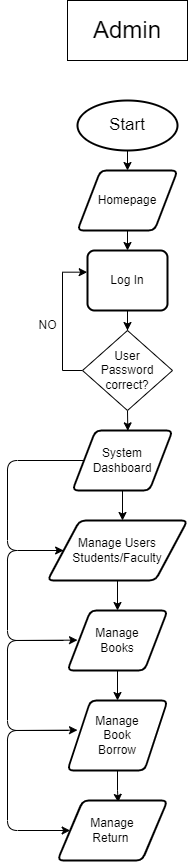
Above: Untitled Diagram.drawio.png in Jayrou12345/Flowchart (draw.io), before the change. Source tidied: cells renumbered, new cells last; positions are measured from the earlier drawing's top-left corner, leaving out a move shared by most shapes.
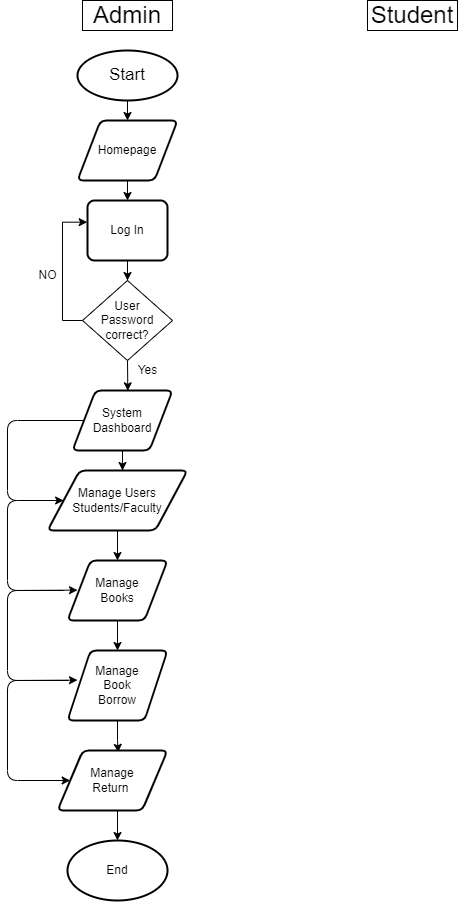
Above is the later version.

What changed in the source:
```diff
@@ -31,7 +31,7 @@
       <mxGeometry x="70" y="100" width="100" height="50" as="geometry" />
     </mxCell>
     <mxCell id="8" value="&lt;font style=&quot;font-size: 24px;&quot;&gt;Admin&lt;/font&gt;" style="rounded=0;whiteSpace=wrap;html=1;" parent="1" vertex="1">
-      <mxGeometry x="60" width="120" height="60" as="geometry" />
+      <mxGeometry x="75" y="50" width="90" height="30" as="geometry" />
     </mxCell>
     <mxCell id="9" style="endArrow=classic;html=1;rounded=0;" parent="1" edge="1" target="10">
       <mxGeometry relative="1" as="geometry">
@@ -67,7 +67,7 @@
     <mxCell id="18" style="rounded=1;jettySize=auto;html=1;exitX=0;exitY=0.5;exitDx=0;exitDy=0;" parent="1" edge="1" source="20" target="22">
       <mxGeometry relative="1" as="geometry">
         <Array as="points">
-          <mxPoint y="460" />
+          <mxPoint y="470" />
           <mxPoint y="550" />
         </Array>
       </mxGeometry>
@@ -78,7 +78,7 @@
       </mxGeometry>
     </mxCell>
     <mxCell id="20" value="System&lt;br&gt;Dashboard" style="shape=parallelogram;html=1;strokeWidth=2;perimeter=parallelogramPerimeter;whiteSpace=wrap;rounded=1;arcSize=12;size=0.23;" parent="1" vertex="1">
-      <mxGeometry x="65" y="430" width="100" height="60" as="geometry" />
+      <mxGeometry x="65" y="440" width="100" height="60" as="geometry" />
     </mxCell>
     <mxCell id="21" style="edgeStyle=orthogonalEdgeStyle;rounded=0;jettySize=auto;html=1;exitX=0.5;exitY=1;exitDx=0;exitDy=0;entryX=0.5;entryY=0;entryDx=0;entryDy=0;" parent="1" edge="1" source="22" target="24">
       <mxGeometry relative="1" as="geometry" />
@@ -98,6 +98,9 @@
     <mxCell id="26" value="Manage&lt;br&gt;Book&lt;br&gt;Borrow" style="shape=parallelogram;html=1;strokeWidth=2;perimeter=parallelogramPerimeter;whiteSpace=wrap;rounded=1;arcSize=12;size=0.23;" parent="1" vertex="1">
       <mxGeometry x="60" y="700" width="100" height="70" as="geometry" />
     </mxCell>
+    <mxCell id="31" style="edgeStyle=orthogonalEdgeStyle;rounded=0;jettySize=auto;html=1;exitX=0.5;exitY=1;exitDx=0;exitDy=0;entryX=0.5;entryY=0;entryDx=0;entryDy=0;entryPerimeter=0;" parent="1" edge="1" source="27" target="32">
+      <mxGeometry relative="1" as="geometry" />
+    </mxCell>
     <mxCell id="27" value="Manage&lt;br&gt;Return&amp;nbsp;" style="shape=parallelogram;html=1;strokeWidth=2;perimeter=parallelogramPerimeter;whiteSpace=wrap;rounded=1;arcSize=12;size=0.23;" parent="1" vertex="1">
       <mxGeometry x="50" y="800" width="110" height="60" as="geometry" />
     </mxCell>
@@ -129,5 +132,14 @@
         </Array>
       </mxGeometry>
     </mxCell>
+    <mxCell id="32" value="End" style="strokeWidth=2;html=1;shape=mxgraph.flowchart.start_1;whiteSpace=wrap;" parent="1" vertex="1">
+      <mxGeometry x="60" y="890" width="100" height="60" as="geometry" />
+    </mxCell>
+    <mxCell id="33" value="Yes" style="text;html=1;align=center;verticalAlign=middle;strokeColor=none;fillColor=none;" parent="1" vertex="1">
+      <mxGeometry x="120" y="405" width="40" height="30" as="geometry" />
+    </mxCell>
+    <mxCell id="34" value="&lt;span style=&quot;font-size: 24px;&quot;&gt;Student&lt;br&gt;&lt;/span&gt;" style="rounded=0;whiteSpace=wrap;html=1;" parent="1" vertex="1">
+      <mxGeometry x="360" y="50" width="90" height="30" as="geometry" />
+    </mxCell>
   </root>
 </mxGraphModel>
```
